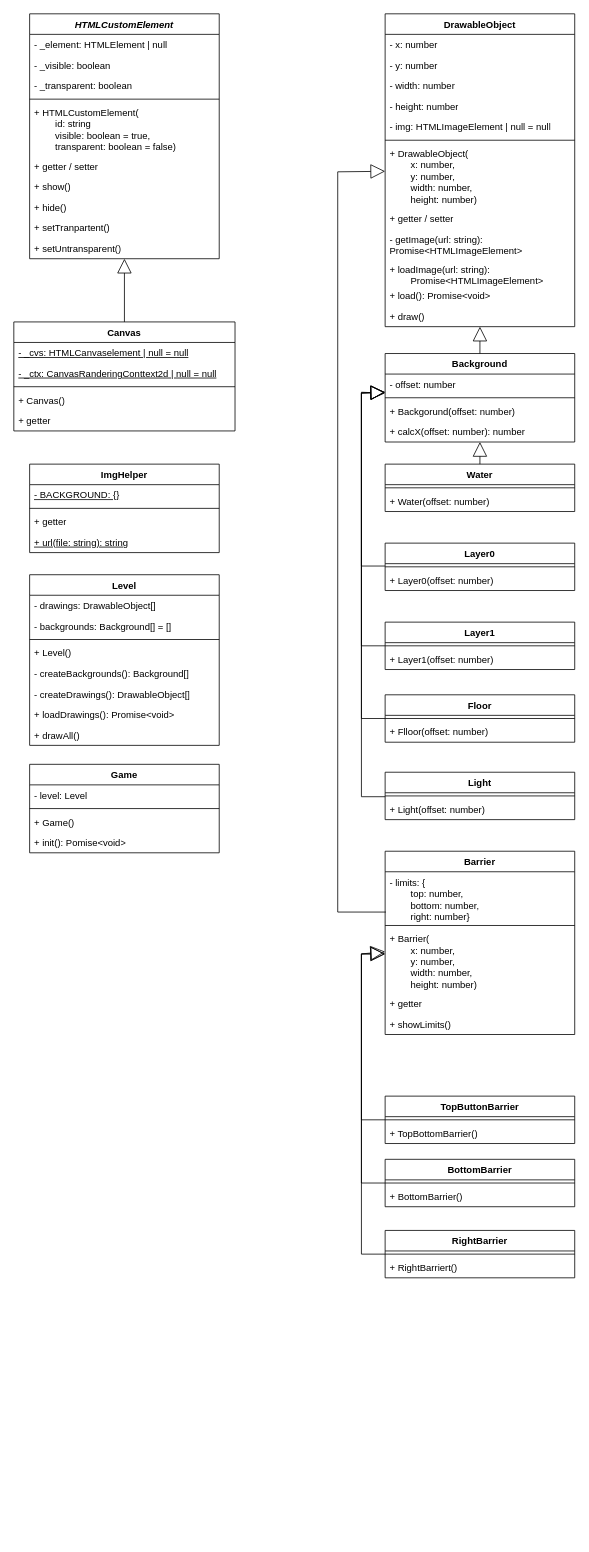
The draw.io diagram docs/classes.drawio in elma1989/sharkie, before the edit. Source tidied: cells renumbered, new cells numbered last; positions are measured from the earlier drawing's top-left corner, leaving out a move shared by most shapes. Both pictures are drawn from the tidied source at 79%, with x=0, y=0 at pixel (13, 13).
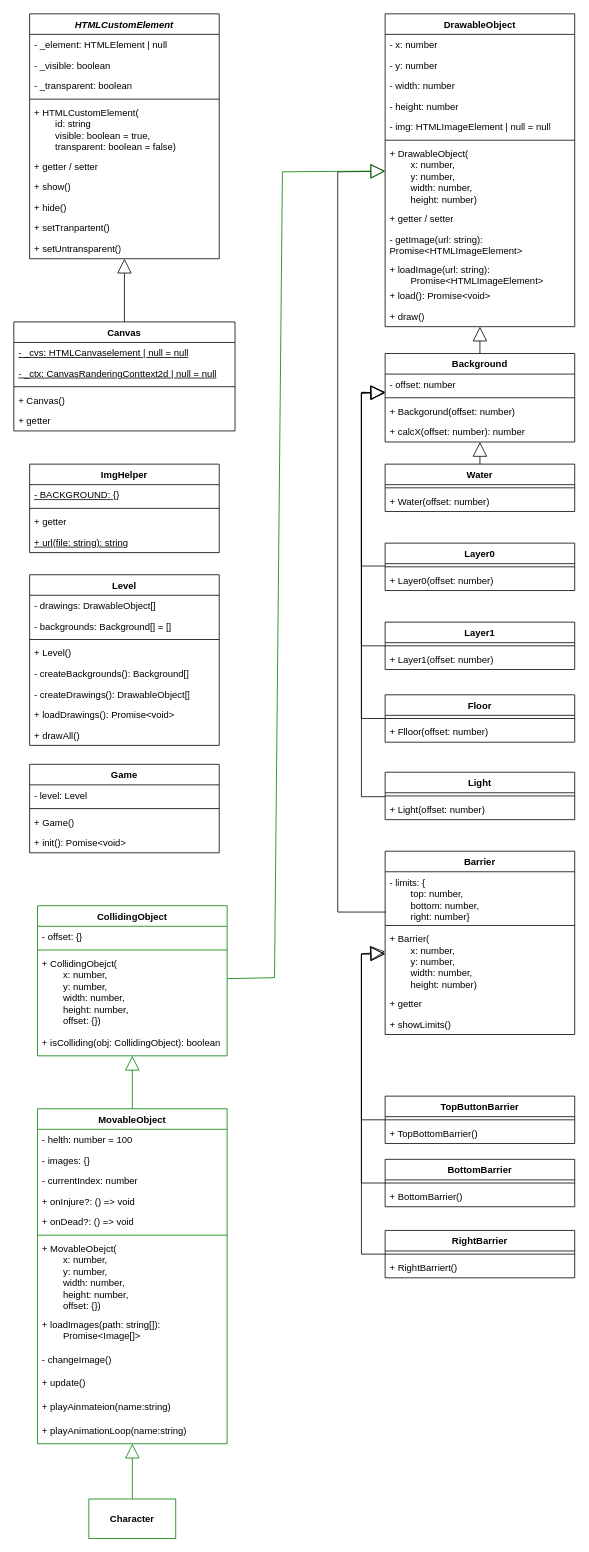
Above is the later version.

Commit message (it also covers changes not shown here):
doc: Planning Character (#16)

Unchanged cells that the change refers to:
```xml
<mxCell id="75" value="DrawableObject" style="swimlane;fontStyle=1;align=center;verticalAlign=top;horizontal=1;startSize=26;whiteSpace=wrap;html=1;" parent="1" vertex="1">
  <mxGeometry x="470" width="240" height="396" as="geometry" />
</mxCell>
```

Diff of the diagram source:
```diff
@@
+    <mxCell id="97" value="CollidingObject" style="swimlane;fontStyle=1;align=center;verticalAlign=top;horizontal=1;startSize=26;whiteSpace=wrap;html=1;strokeColor=light-dark(#008000,#80FF80);" parent="1" vertex="1">
+      <mxGeometry x="30" y="1129" width="240" height="190" as="geometry" />
+    </mxCell>
+    <mxCell id="98" value="- offset: {}" style="text;strokeColor=none;fillColor=none;align=left;verticalAlign=top;spacingLeft=4;spacingRight=4;overflow=hidden;whiteSpace=wrap;html=1;" parent="97" vertex="1">
+      <mxGeometry y="26" width="240" height="26" as="geometry" />
+    </mxCell>
+    <mxCell id="99" style="line;strokeWidth=1;fillColor=none;align=left;verticalAlign=middle;spacingTop=-1;spacingLeft=3;spacingRight=3;labelPosition=right;strokeColor=inherit;" parent="97" vertex="1">
+      <mxGeometry y="52" width="240" height="8" as="geometry" />
+    </mxCell>
+    <mxCell id="100" value="+ CollidingObejct(&lt;div&gt;&lt;span style=&quot;white-space: pre;&quot;&gt;&#9;&lt;/span&gt;x: number,&lt;br&gt;&lt;/div&gt;&lt;div&gt;&lt;span style=&quot;white-space: pre;&quot;&gt;&#9;&lt;/span&gt;y: number,&lt;br&gt;&lt;/div&gt;&lt;div&gt;&lt;span style=&quot;white-space: pre;&quot;&gt;&#9;&lt;/span&gt;width: number,&lt;br&gt;&lt;/div&gt;&lt;div&gt;&lt;span style=&quot;white-space: pre;&quot;&gt;&#9;&lt;/span&gt;height: number,&amp;nbsp;&lt;/div&gt;&lt;div&gt;&lt;span style=&quot;white-space: pre;&quot;&gt;&#9;&lt;/span&gt;offset: {})&lt;br&gt;&lt;/div&gt;" style="text;strokeColor=none;fillColor=none;align=left;verticalAlign=top;spacingLeft=4;spacingRight=4;overflow=hidden;whiteSpace=wrap;html=1;" parent="97" vertex="1">
+      <mxGeometry y="60" width="240" height="100" as="geometry" />
+    </mxCell>
+    <mxCell id="101" value="+ isColliding(obj: CollidingObject): boolean" style="text;strokeColor=none;fillColor=none;align=left;verticalAlign=top;spacingLeft=4;spacingRight=4;overflow=hidden;whiteSpace=wrap;html=1;" parent="97" vertex="1">
+      <mxGeometry y="160" width="240" height="30" as="geometry" />
+    </mxCell>
+    <mxCell id="102" style="endArrow=block;endSize=16;endFill=0;html=1;rounded=0;strokeColor=light-dark(#008000,#80FF80);" parent="1" edge="1" source="97" target="75">
+      <mxGeometry relative="1" as="geometry">
+        <Array as="points">
+          <mxPoint x="330" y="1220" />
+          <mxPoint x="340" y="200" />
+        </Array>
+      </mxGeometry>
+    </mxCell>
+    <mxCell id="103" value="&lt;b&gt;Character&lt;/b&gt;" style="html=1;whiteSpace=wrap;strokeColor=light-dark(#008000,#80FF80);" parent="1" vertex="1">
+      <mxGeometry x="95" y="1880" width="110" height="50" as="geometry" />
+    </mxCell>
+    <mxCell id="104" style="endArrow=block;endSize=16;endFill=0;html=1;rounded=0;strokeColor=light-dark(#008000,#80FF80);" parent="1" edge="1" source="103" target="105">
+      <mxGeometry relative="1" as="geometry" />
+    </mxCell>
+    <mxCell id="105" value="MovableObject" style="swimlane;fontStyle=1;align=center;verticalAlign=top;horizontal=1;startSize=26;whiteSpace=wrap;html=1;strokeColor=light-dark(#008000,#80FF80);" parent="1" vertex="1">
+      <mxGeometry x="30" y="1386" width="240" height="424" as="geometry" />
+    </mxCell>
+    <mxCell id="106" value="- helth: number = 100" style="text;strokeColor=none;fillColor=none;align=left;verticalAlign=top;spacingLeft=4;spacingRight=4;overflow=hidden;whiteSpace=wrap;html=1;" parent="105" vertex="1">
+      <mxGeometry y="26" width="240" height="26" as="geometry" />
+    </mxCell>
+    <mxCell id="107" value="- images: {}" style="text;strokeColor=none;fillColor=none;align=left;verticalAlign=top;spacingLeft=4;spacingRight=4;overflow=hidden;whiteSpace=wrap;html=1;" parent="105" vertex="1">
+      <mxGeometry y="52" width="240" height="26" as="geometry" />
+    </mxCell>
+    <mxCell id="108" value="- currentIndex: number" style="text;strokeColor=none;fillColor=none;align=left;verticalAlign=top;spacingLeft=4;spacingRight=4;overflow=hidden;whiteSpace=wrap;html=1;" parent="105" vertex="1">
+      <mxGeometry y="78" width="240" height="26" as="geometry" />
+    </mxCell>
+    <mxCell id="109" value="+ onInjure?: () =&amp;gt; void" style="text;strokeColor=none;fillColor=none;align=left;verticalAlign=top;spacingLeft=4;spacingRight=4;overflow=hidden;whiteSpace=wrap;html=1;" parent="105" vertex="1">
+      <mxGeometry y="104" width="240" height="26" as="geometry" />
+    </mxCell>
+    <mxCell id="110" value="+ onDead?: () =&amp;gt; void" style="text;strokeColor=none;fillColor=none;align=left;verticalAlign=top;spacingLeft=4;spacingRight=4;overflow=hidden;whiteSpace=wrap;html=1;" parent="105" vertex="1">
+      <mxGeometry y="130" width="240" height="26" as="geometry" />
+    </mxCell>
+    <mxCell id="111" style="line;strokeWidth=1;fillColor=none;align=left;verticalAlign=middle;spacingTop=-1;spacingLeft=3;spacingRight=3;labelPosition=right;strokeColor=inherit;" parent="105" vertex="1">
+      <mxGeometry y="156" width="240" height="8" as="geometry" />
+    </mxCell>
+    <mxCell id="112" value="+ MovableObejct(&lt;div&gt;&lt;span style=&quot;white-space: pre;&quot;&gt;&#9;&lt;/span&gt;x: number,&lt;br&gt;&lt;/div&gt;&lt;div&gt;&lt;span style=&quot;white-space: pre;&quot;&gt;&#9;&lt;/span&gt;y: number,&lt;br&gt;&lt;/div&gt;&lt;div&gt;&lt;span style=&quot;white-space: pre;&quot;&gt;&#9;&lt;/span&gt;width: number,&lt;br&gt;&lt;/div&gt;&lt;div&gt;&lt;span style=&quot;white-space: pre;&quot;&gt;&#9;&lt;/span&gt;height: number,&amp;nbsp;&lt;/div&gt;&lt;div&gt;&lt;span style=&quot;white-space: pre;&quot;&gt;&#9;&lt;/span&gt;offset: {})&lt;br&gt;&lt;/div&gt;" style="text;strokeColor=none;fillColor=none;align=left;verticalAlign=top;spacingLeft=4;spacingRight=4;overflow=hidden;whiteSpace=wrap;html=1;" parent="105" vertex="1">
+      <mxGeometry y="164" width="240" height="96" as="geometry" />
+    </mxCell>
+    <mxCell id="113" value="+ loadImages(path: string[]):&lt;div&gt;&lt;span style=&quot;white-space: pre;&quot;&gt;&#9;&lt;/span&gt;Promise&amp;lt;Image[]&amp;gt;&lt;br&gt;&lt;/div&gt;" style="text;strokeColor=none;fillColor=none;align=left;verticalAlign=top;spacingLeft=4;spacingRight=4;overflow=hidden;whiteSpace=wrap;html=1;" parent="105" vertex="1">
+      <mxGeometry y="260" width="240" height="44" as="geometry" />
+    </mxCell>
+    <mxCell id="114" value="- changeImage()" style="text;strokeColor=none;fillColor=none;align=left;verticalAlign=top;spacingLeft=4;spacingRight=4;overflow=hidden;whiteSpace=wrap;html=1;" parent="105" vertex="1">
+      <mxGeometry y="304" width="240" height="30" as="geometry" />
+    </mxCell>
+    <mxCell id="115" value="+ update()" style="text;strokeColor=none;fillColor=none;align=left;verticalAlign=top;spacingLeft=4;spacingRight=4;overflow=hidden;whiteSpace=wrap;html=1;" parent="105" vertex="1">
+      <mxGeometry y="334" width="240" height="30" as="geometry" />
+    </mxCell>
+    <mxCell id="116" value="+ playAinmateion(name:string)" style="text;strokeColor=none;fillColor=none;align=left;verticalAlign=top;spacingLeft=4;spacingRight=4;overflow=hidden;whiteSpace=wrap;html=1;" parent="105" vertex="1">
+      <mxGeometry y="364" width="240" height="30" as="geometry" />
+    </mxCell>
+    <mxCell id="117" value="+ playAnimationLoop(name:string)" style="text;strokeColor=none;fillColor=none;align=left;verticalAlign=top;spacingLeft=4;spacingRight=4;overflow=hidden;whiteSpace=wrap;html=1;" parent="105" vertex="1">
+      <mxGeometry y="394" width="240" height="30" as="geometry" />
+    </mxCell>
+    <mxCell id="118" style="endArrow=block;endSize=16;endFill=0;html=1;rounded=0;strokeColor=light-dark(#008000,#80FF80);" parent="1" edge="1" source="105" target="97">
+      <mxGeometry relative="1" as="geometry" />
+    </mxCell>
```
